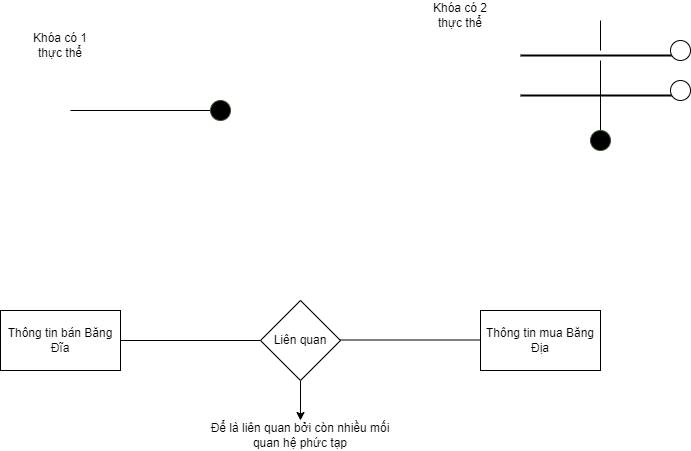
The draw.io diagram Khóa(Chương 2).png in datnham0212/learning, before a commit. Source tidied: cells renumbered, new cells last; positions are measured from the earlier drawing's top-left corner, leaving out a move shared by most shapes.
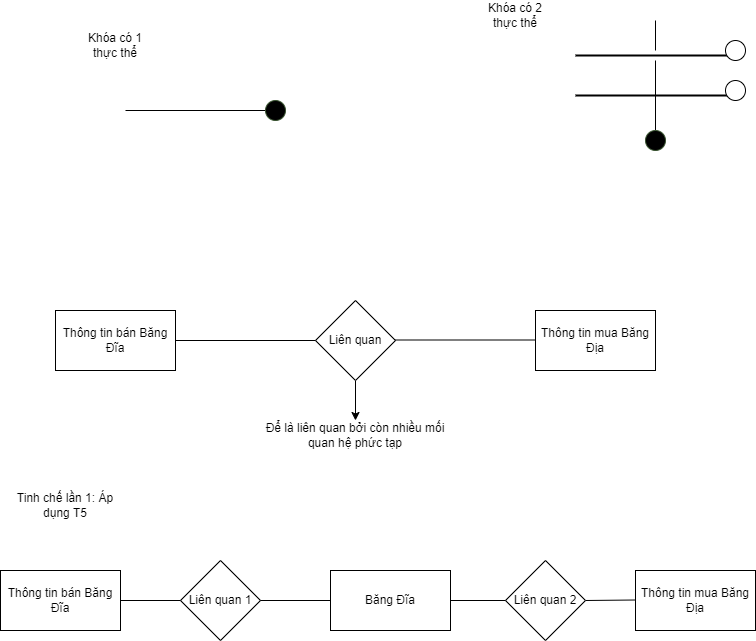
After the change.

What changed in the source:
```diff
@@ -68,5 +68,43 @@
     <mxCell id="19" value="Để là liên quan bởi còn nhiều mối quan hệ phức tạp" style="text;html=1;strokeColor=none;fillColor=none;align=center;verticalAlign=middle;whiteSpace=wrap;rounded=0;" parent="1" vertex="1">
       <mxGeometry x="205" y="420" width="190" height="30" as="geometry" />
     </mxCell>
+    <mxCell id="20" value="Tinh chế lần 1: Áp dụng T5" style="text;html=1;strokeColor=none;fillColor=none;align=center;verticalAlign=middle;whiteSpace=wrap;rounded=0;" parent="1" vertex="1">
+      <mxGeometry x="-50" y="480" width="120" height="50" as="geometry" />
+    </mxCell>
+    <mxCell id="21" value="Băng Đĩa" style="rounded=0;whiteSpace=wrap;html=1;" parent="1" vertex="1">
+      <mxGeometry x="275" y="570" width="120" height="60" as="geometry" />
+    </mxCell>
+    <mxCell id="22" value="Liên quan 1" style="rhombus;whiteSpace=wrap;html=1;" parent="1" vertex="1">
+      <mxGeometry x="125" y="560" width="80" height="80" as="geometry" />
+    </mxCell>
+    <mxCell id="23" value="Thông tin mua Băng Địa" style="rounded=0;whiteSpace=wrap;html=1;" parent="1" vertex="1">
+      <mxGeometry x="580" y="570" width="120" height="60" as="geometry" />
+    </mxCell>
+    <mxCell id="24" value="Thông tin bán Băng Đĩa" style="rounded=0;whiteSpace=wrap;html=1;" parent="1" vertex="1">
+      <mxGeometry x="-55" y="570" width="120" height="60" as="geometry" />
+    </mxCell>
+    <mxCell id="25" style="endArrow=none;html=1;rounded=0;entryX=0;entryY=0.5;entryDx=0;entryDy=0;" parent="1" edge="1" target="22">
+      <mxGeometry relative="1" as="geometry">
+        <mxPoint x="65" y="600" as="sourcePoint" />
+      </mxGeometry>
+    </mxCell>
+    <mxCell id="26" style="endArrow=none;html=1;rounded=0;entryX=0;entryY=0.5;entryDx=0;entryDy=0;exitX=1;exitY=0.5;exitDx=0;exitDy=0;" parent="1" edge="1" source="27">
+      <mxGeometry relative="1" as="geometry">
+        <mxPoint x="580" y="599.5" as="targetPoint" />
+      </mxGeometry>
+    </mxCell>
+    <mxCell id="27" value="Liên quan 2" style="rhombus;whiteSpace=wrap;html=1;" parent="1" vertex="1">
+      <mxGeometry x="450" y="560" width="80" height="80" as="geometry" />
+    </mxCell>
+    <mxCell id="28" style="endArrow=none;html=1;rounded=0;entryX=0;entryY=0.5;entryDx=0;entryDy=0;" parent="1" edge="1" target="27">
+      <mxGeometry relative="1" as="geometry">
+        <mxPoint x="395" y="600" as="sourcePoint" />
+      </mxGeometry>
+    </mxCell>
+    <mxCell id="29" style="endArrow=none;html=1;rounded=0;entryX=0;entryY=0.5;entryDx=0;entryDy=0;" parent="1" edge="1" target="21">
+      <mxGeometry relative="1" as="geometry">
+        <mxPoint x="205" y="600" as="sourcePoint" />
+      </mxGeometry>
+    </mxCell>
   </root>
 </mxGraphModel>
```
